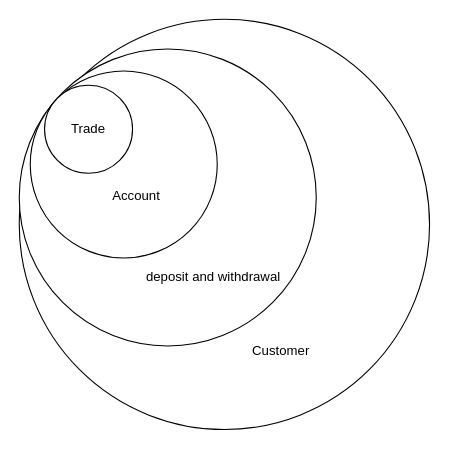
Before: cats_domain.drawio in danielang2020/diagrams, a draw.io diagram. Source tidied: cells renumbered, new cells numbered last; positions are measured from the earlier drawing's top-left corner, leaving out a move shared by most shapes. Both pictures are drawn from the tidied source at 110%, with x=0, y=0 at pixel (19, 19).
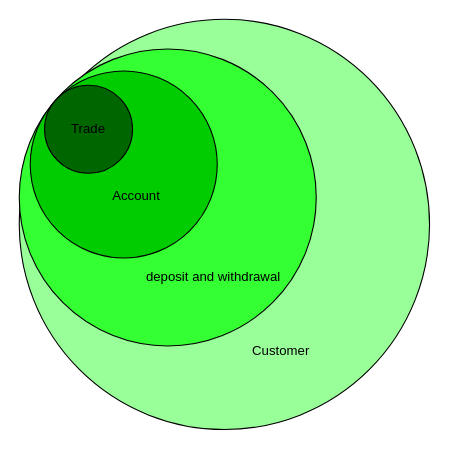
The same page after the edit.

What changed in the source:
```diff
@@
 <mxGraphModel>
   <root>
     <mxCell id="0" />
     <mxCell id="1" parent="0" />
-    <mxCell id="2" value="&lt;br&gt;&lt;br&gt;&lt;br&gt;&lt;br&gt;&lt;br&gt;&lt;br&gt;&lt;br&gt;&lt;br&gt;&lt;br&gt;&lt;br&gt;&lt;br&gt;&lt;br&gt;&lt;br&gt;&lt;br&gt;&lt;br&gt;&lt;br&gt;&amp;nbsp; &amp;nbsp; &amp;nbsp; &amp;nbsp; &amp;nbsp; &amp;nbsp; &amp;nbsp; &amp;nbsp; &amp;nbsp; &amp;nbsp; &amp;nbsp; &amp;nbsp; &amp;nbsp; &amp;nbsp; &amp;nbsp; &amp;nbsp;Customer" style="ellipse;whiteSpace=wrap;html=1;" parent="1" vertex="1">
+    <mxCell id="2" value="&lt;br&gt;&lt;br&gt;&lt;br&gt;&lt;br&gt;&lt;br&gt;&lt;br&gt;&lt;br&gt;&lt;br&gt;&lt;br&gt;&lt;br&gt;&lt;br&gt;&lt;br&gt;&lt;br&gt;&lt;br&gt;&lt;br&gt;&lt;br&gt;&amp;nbsp; &amp;nbsp; &amp;nbsp; &amp;nbsp; &amp;nbsp; &amp;nbsp; &amp;nbsp; &amp;nbsp; &amp;nbsp; &amp;nbsp; &amp;nbsp; &amp;nbsp; &amp;nbsp; &amp;nbsp; &amp;nbsp; &amp;nbsp;Customer" style="ellipse;whiteSpace=wrap;html=1;fillColor=#99FF99;" parent="1" vertex="1">
       <mxGeometry width="373" height="373" as="geometry" />
     </mxCell>
-    <mxCell id="3" value="&amp;nbsp; &amp;nbsp; &amp;nbsp; &amp;nbsp; &amp;nbsp; &amp;nbsp; &amp;nbsp; &amp;nbsp; &amp;nbsp; &amp;nbsp; &amp;nbsp; &amp;nbsp; &amp;nbsp; &amp;nbsp; &amp;nbsp; &amp;nbsp; &amp;nbsp; &amp;nbsp; &amp;nbsp; &amp;nbsp;&lt;br&gt;&lt;br&gt;&lt;div style=&quot;text-align: right&quot;&gt;&lt;span&gt;&lt;br&gt;&lt;/span&gt;&lt;/div&gt;&lt;div style=&quot;text-align: right&quot;&gt;&lt;span&gt;&lt;br&gt;&lt;/span&gt;&lt;/div&gt;&lt;div style=&quot;text-align: right&quot;&gt;&lt;span&gt;&lt;br&gt;&lt;/span&gt;&lt;/div&gt;&lt;div style=&quot;text-align: right&quot;&gt;&lt;span&gt;&lt;br&gt;&lt;/span&gt;&lt;/div&gt;&lt;div style=&quot;text-align: right&quot;&gt;&lt;span&gt;&lt;br&gt;&lt;/span&gt;&lt;/div&gt;&lt;div style=&quot;text-align: right&quot;&gt;&lt;span&gt;&lt;br&gt;&lt;/span&gt;&lt;/div&gt;&lt;div style=&quot;text-align: right&quot;&gt;&lt;span&gt;&lt;br&gt;&lt;/span&gt;&lt;/div&gt;&lt;div style=&quot;text-align: right&quot;&gt;&lt;span&gt;&lt;br&gt;&lt;/span&gt;&lt;/div&gt;&lt;div style=&quot;text-align: right&quot;&gt;&lt;span&gt;&amp;nbsp; &amp;nbsp; &amp;nbsp; &amp;nbsp; &amp;nbsp; &amp;nbsp; &amp;nbsp; &amp;nbsp; &amp;nbsp; &amp;nbsp; &amp;nbsp; &amp;nbsp; &amp;nbsp;deposit and withdrawal&lt;/span&gt;&lt;/div&gt;" style="ellipse;whiteSpace=wrap;html=1;" parent="1" vertex="1">
+    <mxCell id="3" value="&amp;nbsp; &amp;nbsp; &amp;nbsp; &amp;nbsp; &amp;nbsp; &amp;nbsp; &amp;nbsp; &amp;nbsp; &amp;nbsp; &amp;nbsp; &amp;nbsp; &amp;nbsp; &amp;nbsp; &amp;nbsp; &amp;nbsp; &amp;nbsp; &amp;nbsp; &amp;nbsp; &amp;nbsp; &amp;nbsp;&lt;br&gt;&lt;br&gt;&lt;div style=&quot;text-align: right&quot;&gt;&lt;span&gt;&lt;br&gt;&lt;/span&gt;&lt;/div&gt;&lt;div style=&quot;text-align: right&quot;&gt;&lt;span&gt;&lt;br&gt;&lt;/span&gt;&lt;/div&gt;&lt;div style=&quot;text-align: right&quot;&gt;&lt;span&gt;&lt;br&gt;&lt;/span&gt;&lt;/div&gt;&lt;div style=&quot;text-align: right&quot;&gt;&lt;span&gt;&lt;br&gt;&lt;/span&gt;&lt;/div&gt;&lt;div style=&quot;text-align: right&quot;&gt;&lt;span&gt;&lt;br&gt;&lt;/span&gt;&lt;/div&gt;&lt;div style=&quot;text-align: right&quot;&gt;&lt;span&gt;&lt;br&gt;&lt;/span&gt;&lt;/div&gt;&lt;div style=&quot;text-align: right&quot;&gt;&lt;span&gt;&lt;br&gt;&lt;/span&gt;&lt;/div&gt;&lt;div style=&quot;text-align: right&quot;&gt;&lt;span&gt;&lt;br&gt;&lt;/span&gt;&lt;/div&gt;&lt;div style=&quot;text-align: right&quot;&gt;&lt;span&gt;&amp;nbsp; &amp;nbsp; &amp;nbsp; &amp;nbsp; &amp;nbsp; &amp;nbsp; &amp;nbsp; &amp;nbsp; &amp;nbsp; &amp;nbsp; &amp;nbsp; &amp;nbsp; &amp;nbsp;deposit and withdrawal&lt;/span&gt;&lt;/div&gt;" style="ellipse;whiteSpace=wrap;html=1;fillColor=#33FF33;" parent="1" vertex="1">
       <mxGeometry y="27" width="270" height="270" as="geometry" />
     </mxCell>
-    <mxCell id="4" value="&lt;br&gt;&lt;br&gt;&lt;br&gt;&lt;br&gt;&amp;nbsp; &amp;nbsp; &amp;nbsp; &amp;nbsp;Account" style="ellipse;whiteSpace=wrap;html=1;" parent="1" vertex="1">
+    <mxCell id="4" value="&lt;br&gt;&lt;br&gt;&lt;br&gt;&lt;br&gt;&amp;nbsp; &amp;nbsp; &amp;nbsp; &amp;nbsp;Account" style="ellipse;whiteSpace=wrap;html=1;fillColor=#00CC00;" parent="1" vertex="1">
       <mxGeometry x="10" y="47" width="170" height="170" as="geometry" />
     </mxCell>
-    <mxCell id="5" value="Trade" style="ellipse;whiteSpace=wrap;html=1;" parent="1" vertex="1">
+    <mxCell id="5" value="Trade" style="ellipse;whiteSpace=wrap;html=1;fillColor=#006600;" parent="1" vertex="1">
       <mxGeometry x="23" y="60" width="80" height="80" as="geometry" />
     </mxCell>
   </root>
 </mxGraphModel>
```
